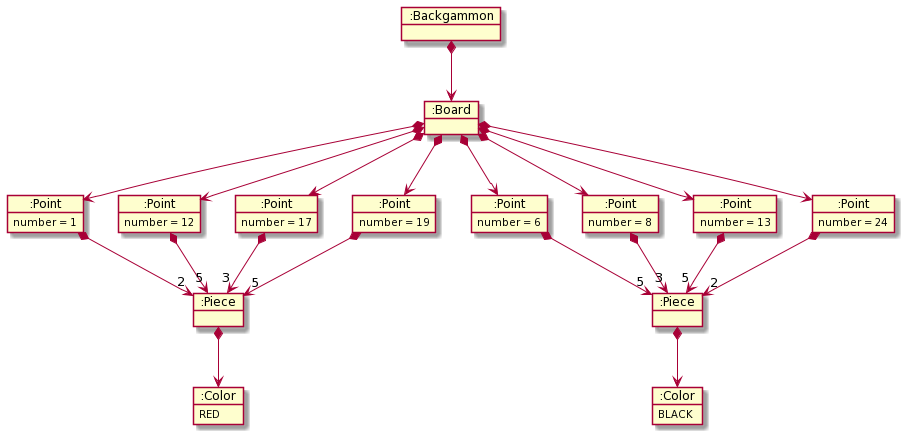
Earlier version of the PlantUML export initial_state/initial_state.png (USantaTecla-game-backgammon/backgammon).
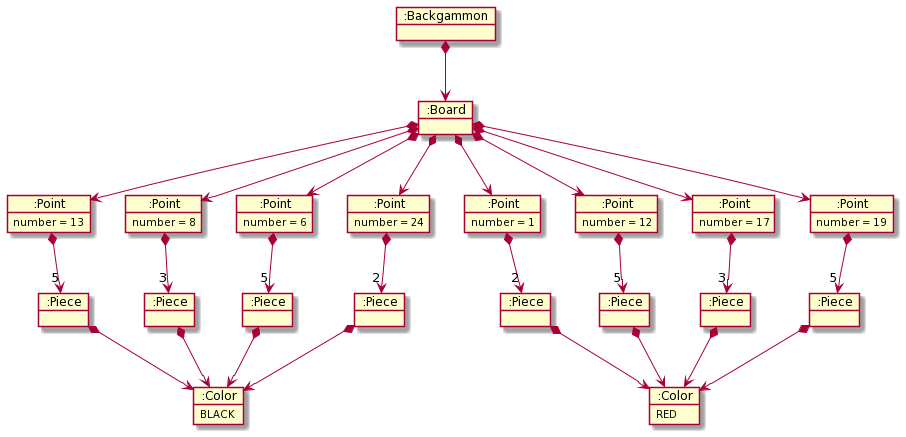
Above is the later version.

Commit message:
Fix pieces in object-diagram

The edit, as a diff of the source:
```diff
@@ -35,8 +35,14 @@
     number = 24
 }
 
-object ":Piece" as PieceBlack
-object ":Piece" as PieceRed
+object ":Piece" as PieceB1
+object ":Piece" as PieceB2
+object ":Piece" as PieceB3
+object ":Piece" as PieceB4
+object ":Piece" as PieceR1
+object ":Piece" as PieceR2
+object ":Piece" as PieceR3
+object ":Piece" as PieceR4
 
 object ":Color" as ColorBlack {
     BLACK
@@ -56,15 +62,22 @@
 Board *--> Point19
 Board *--> Point24
 
-Point1 *--> "2" PieceRed
-Point6 *--> "5" PieceBlack
-Point8 *--> "3" PieceBlack
-Point12 *--> "5" PieceRed
-Point13 *--> "5" PieceBlack
-Point17 *--> "3" PieceRed
-Point19 *--> "5" PieceRed
-Point24 *--> "2" PieceBlack
+Point1 *--> "2" PieceR1
+Point12 *--> "5" PieceR2
+Point17 *--> "3" PieceR3
+Point19 *--> "5" PieceR4
 
-PieceBlack *--> ColorBlack
-PieceRed *--> ColorRed
+Point6 *--> "5" PieceB1
+Point8 *--> "3" PieceB2
+Point13 *--> "5" PieceB3
+Point24 *--> "2" PieceB4
+
+PieceB1 *--> ColorBlack
+PieceB2 *--> ColorBlack
+PieceB3 *--> ColorBlack
+PieceB4 *--> ColorBlack
+PieceR1 *--> ColorRed
+PieceR2 *--> ColorRed
+PieceR3 *--> ColorRed
+PieceR4 *--> ColorRed
 @enduml
```
